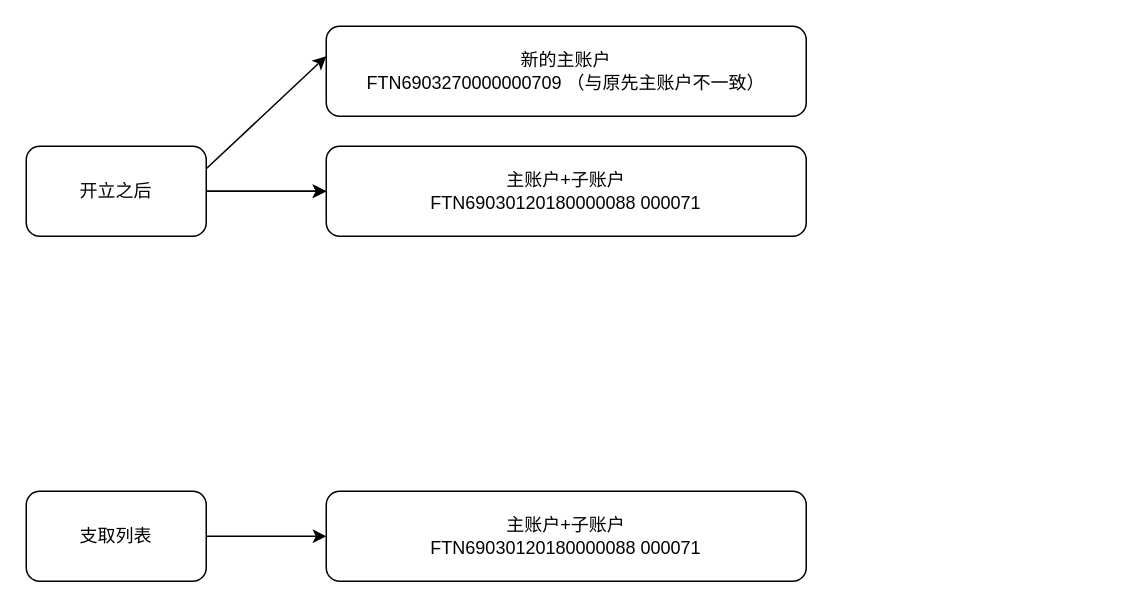
Earlier version of the draw.io diagram 未命名绘图.drawio (crawlerWPS/drawing). Source tidied: cells renumbered, new cells numbered last; positions are measured from the earlier drawing's top-left corner, leaving out a move shared by most shapes. Both pictures are drawn from the tidied source at 150%, with x=0, y=0 at pixel (26, 26).
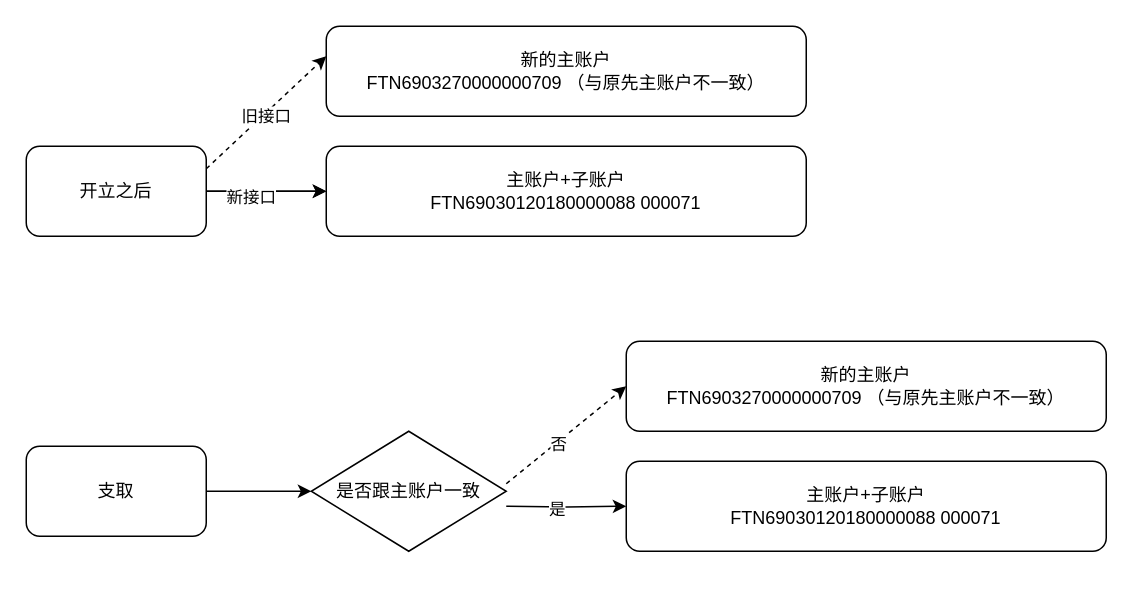
After the change.

Commit message:
更新未命名绘图.drawio

Unchanged cells that the change refers to:
```xml
<mxCell id="3" style="edgeStyle=orthogonalEdgeStyle;rounded=0;jettySize=auto;html=1;" parent="1" edge="1" source="5" target="8">
  <mxGeometry relative="1" as="geometry" />
</mxCell>
<mxCell id="5" value="开立之后" style="rounded=1;whiteSpace=wrap;html=1;" parent="1" vertex="1">
  <mxGeometry y="80" width="120" height="60" as="geometry" />
</mxCell>
```

What changed in the source:
```diff
@@
+    <mxCell id="11" value="新接口" style="edgeLabel;html=1;align=center;verticalAlign=middle;" parent="3" vertex="1">
+      <mxGeometry x="-0.28" y="-3" relative="1" as="geometry" />
+    </mxCell>
-    <mxCell id="4" style="rounded=0;jettySize=auto;html=1;exitX=1;exitY=0.25;exitDx=0;exitDy=0;" parent="1" edge="1" source="5">
+    <mxCell id="4" style="rounded=0;jettySize=auto;html=1;exitX=1;exitY=0.25;exitDx=0;exitDy=0;dashed=1;" parent="1" edge="1" source="5">
       <mxGeometry relative="1" as="geometry">
         <mxPoint x="200" y="20" as="targetPoint" />
       </mxGeometry>
     </mxCell>
+    <mxCell id="12" value="旧接口" style="edgeLabel;html=1;align=center;verticalAlign=middle;" parent="4" vertex="1">
+      <mxGeometry x="-0.04" y="-1" relative="1" as="geometry" />
+    </mxCell>
@@
-    <mxCell id="6" style="edgeStyle=orthogonalEdgeStyle;rounded=0;jettySize=auto;html=1;" parent="1" edge="1" source="7" target="9">
-      <mxGeometry relative="1" as="geometry" />
+    <mxCell id="6" style="edgeStyle=orthogonalEdgeStyle;rounded=0;jettySize=auto;html=1;" parent="1" edge="1" target="9">
+      <mxGeometry relative="1" as="geometry">
+        <mxPoint x="320" y="320" as="sourcePoint" />
+      </mxGeometry>
     </mxCell>
-    <mxCell id="7" value="支取列表" style="rounded=1;whiteSpace=wrap;html=1;" parent="1" vertex="1">
-      <mxGeometry y="310" width="120" height="60" as="geometry" />
-    </mxCell>
+    <mxCell id="13" value="是" style="edgeLabel;html=1;align=center;verticalAlign=middle;" parent="6" vertex="1">
+      <mxGeometry x="-0.15" y="-1" relative="1" as="geometry" />
+    </mxCell>
+    <mxCell id="14" style="rounded=0;orthogonalLoop=1;jettySize=auto;html=1;exitX=1;exitY=0.25;exitDx=0;exitDy=0;dashed=1;" parent="1" edge="1">
+      <mxGeometry relative="1" as="geometry">
+        <mxPoint x="320" y="305" as="sourcePoint" />
+        <mxPoint x="400" y="240" as="targetPoint" />
+      </mxGeometry>
+    </mxCell>
+    <mxCell id="15" value="否" style="edgeLabel;html=1;align=center;verticalAlign=middle;" parent="14" vertex="1">
+      <mxGeometry x="-0.14" y="-1" relative="1" as="geometry" />
+    </mxCell>
@@
     <mxCell id="9" value="主账户+子账户&lt;div&gt;FTN69030120180000088 000071&lt;/div&gt;" style="whiteSpace=wrap;html=1;rounded=1;" parent="1" vertex="1">
-      <mxGeometry x="200" y="310" width="320" height="60" as="geometry" />
+      <mxGeometry x="400" y="290" width="320" height="60" as="geometry" />
     </mxCell>
@@
+    <mxCell id="16" value="&lt;div&gt;新的主账户&lt;/div&gt;&lt;div&gt;FTN6903270000000709 （与原先主账户不一致）&lt;br&gt;&lt;/div&gt;" style="whiteSpace=wrap;html=1;rounded=1;" parent="1" vertex="1">
+      <mxGeometry x="400" y="210" width="320" height="60" as="geometry" />
+    </mxCell>
+    <mxCell id="17" value="是否跟主账户一致" style="rhombus;whiteSpace=wrap;html=1;" parent="1" vertex="1">
+      <mxGeometry x="190" y="270" width="130" height="80" as="geometry" />
+    </mxCell>
+    <mxCell id="18" style="edgeStyle=orthogonalEdgeStyle;rounded=0;jettySize=auto;html=1;entryX=0;entryY=0.5;entryDx=0;entryDy=0;" parent="1" edge="1" source="19" target="17">
+      <mxGeometry relative="1" as="geometry" />
+    </mxCell>
+    <mxCell id="19" value="支取" style="rounded=1;whiteSpace=wrap;html=1;" parent="1" vertex="1">
+      <mxGeometry y="280" width="120" height="60" as="geometry" />
+    </mxCell>
```
